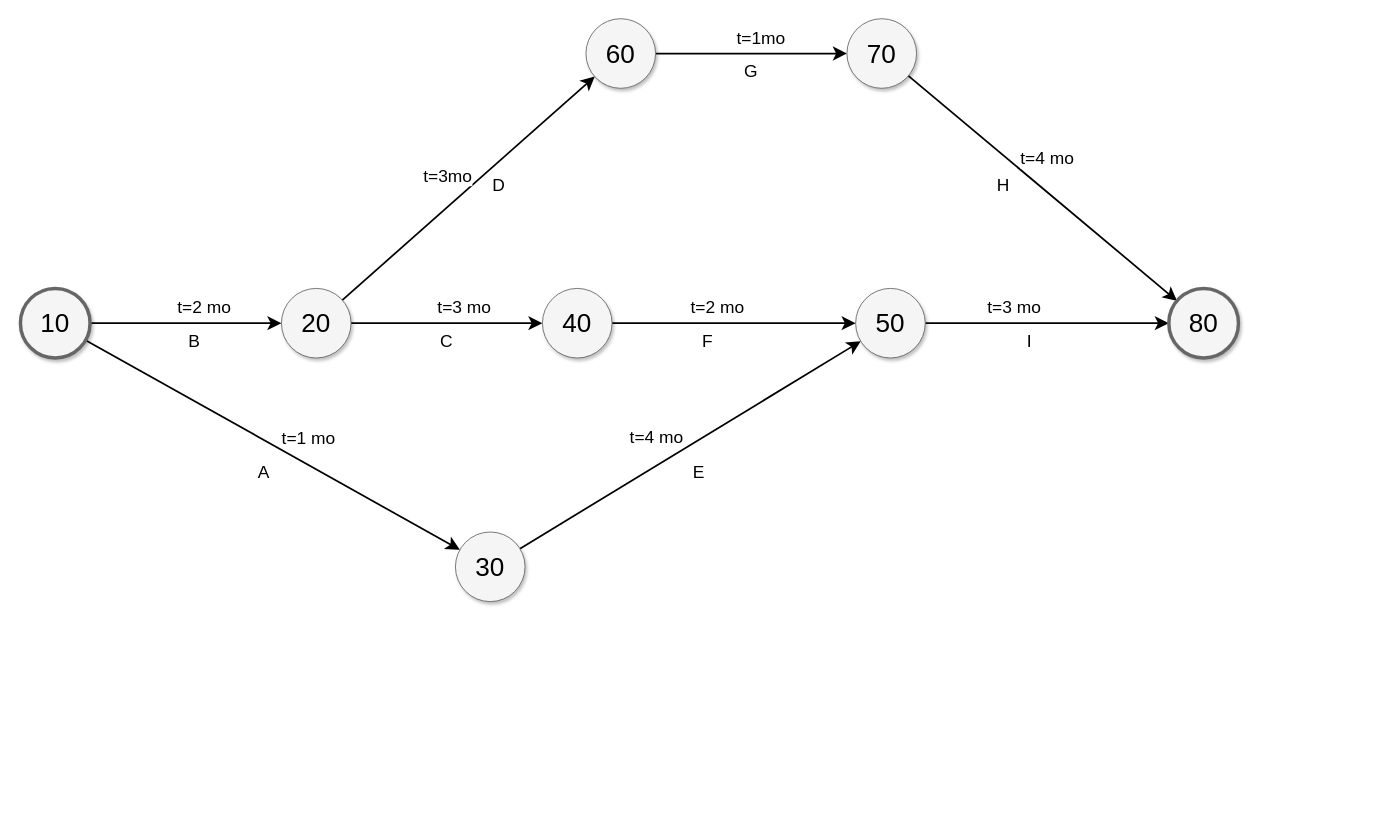
Earlier version of the draw.io diagram 攻击测试路径.drawio (LaanTuring/MyFirst). Source tidied: cells renumbered, new cells numbered last; positions are measured from the earlier drawing's top-left corner, leaving out a move shared by most shapes. Both pictures are drawn from the tidied source at 87%, with x=0, y=0 at pixel (20, 18).
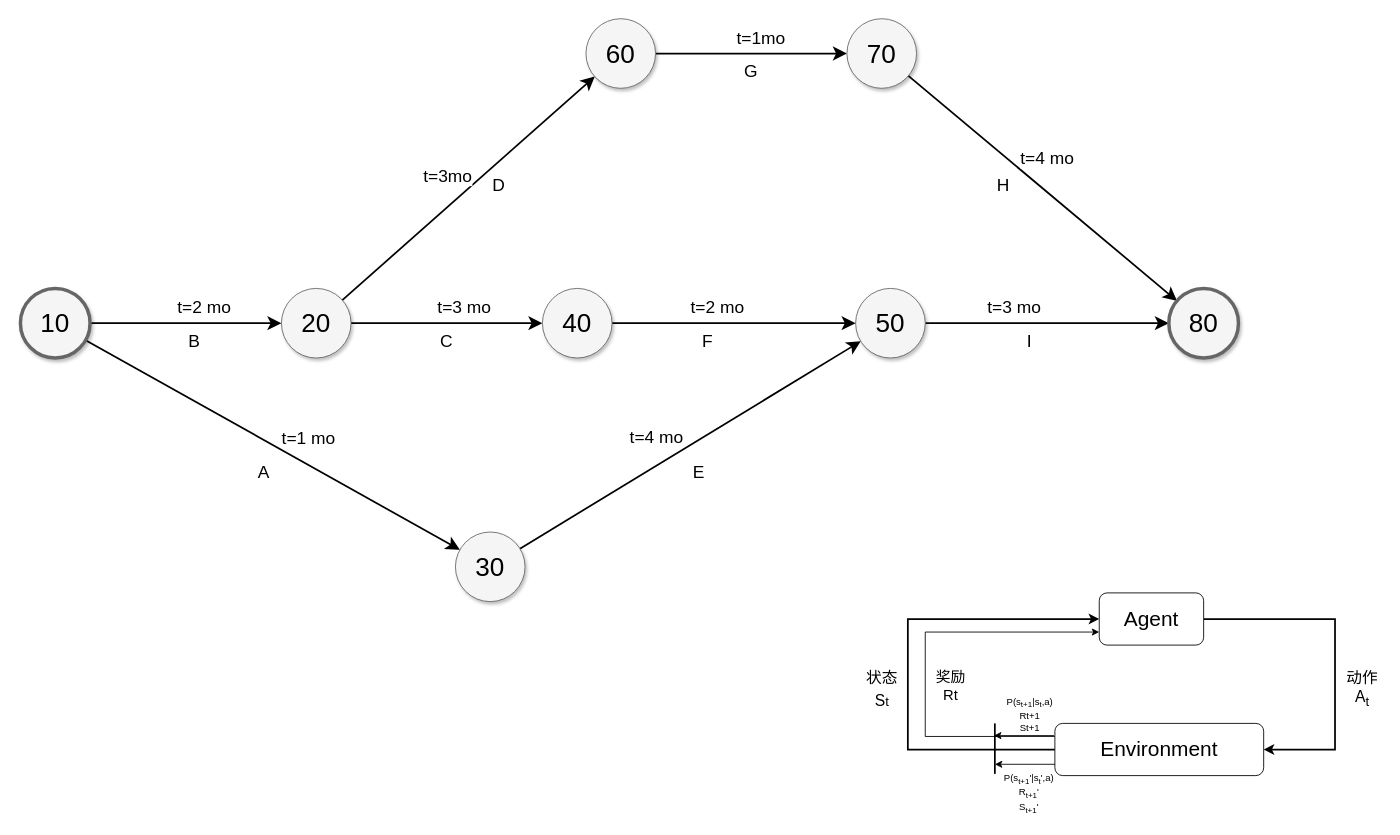
The same page after the edit.

Commit message:
更新攻击测试路径.drawio

The edit, as a diff of the source:
```diff
@@
+    <mxCell id="37" style="edgeStyle=orthogonalEdgeStyle;rounded=0;jettySize=auto;html=1;exitX=1;exitY=0.5;exitDx=0;exitDy=0;entryX=1;entryY=0.5;entryDx=0;entryDy=0;strokeWidth=2;" parent="1" edge="1" source="38" target="41">
+      <mxGeometry relative="1" as="geometry">
+        <Array as="points">
+          <mxPoint x="1511" y="690" />
+          <mxPoint x="1511" y="840" />
+        </Array>
+      </mxGeometry>
+    </mxCell>
+    <mxCell id="38" value="&lt;font style=&quot;font-size: 24px;&quot;&gt;Agent&lt;/font&gt;" style="rounded=1;whiteSpace=wrap;html=1;" parent="1" vertex="1">
+      <mxGeometry x="1240" y="660" width="120" height="60" as="geometry" />
+    </mxCell>
+    <mxCell id="39" style="edgeStyle=orthogonalEdgeStyle;rounded=0;jettySize=auto;html=1;exitX=0;exitY=0.5;exitDx=0;exitDy=0;entryX=0;entryY=0.5;entryDx=0;entryDy=0;strokeWidth=2;" parent="1" edge="1" source="41" target="38">
+      <mxGeometry relative="1" as="geometry">
+        <Array as="points">
+          <mxPoint x="1020" y="840" />
+          <mxPoint x="1020" y="690" />
+        </Array>
+      </mxGeometry>
+    </mxCell>
+    <mxCell id="40" style="edgeStyle=orthogonalEdgeStyle;rounded=0;jettySize=auto;html=1;exitX=0;exitY=0.25;exitDx=0;exitDy=0;entryX=0;entryY=0.75;entryDx=0;entryDy=0;" parent="1" edge="1" source="41" target="38">
+      <mxGeometry relative="1" as="geometry">
+        <Array as="points">
+          <mxPoint x="1040" y="825" />
+          <mxPoint x="1040" y="705" />
+        </Array>
+      </mxGeometry>
+    </mxCell>
+    <mxCell id="41" value="&lt;font style=&quot;font-size: 24px;&quot;&gt;Environment&lt;/font&gt;" style="rounded=1;whiteSpace=wrap;html=1;" parent="1" vertex="1">
+      <mxGeometry x="1189" y="810" width="240" height="60" as="geometry" />
+    </mxCell>
+    <mxCell id="42" value="动作&lt;div&gt;A&lt;sub&gt;t&lt;/sub&gt;&lt;/div&gt;" style="text;html=1;align=center;verticalAlign=middle;strokeColor=none;fillColor=none;fontSize=18;" parent="1" vertex="1">
+      <mxGeometry x="1515" y="741" width="54" height="59" as="geometry" />
+    </mxCell>
+    <mxCell id="43" style="endArrow=none;html=1;rounded=0;strokeWidth=2;" parent="1" edge="1">
+      <mxGeometry relative="1" as="geometry">
+        <mxPoint x="1120" y="868" as="sourcePoint" />
+        <mxPoint x="1120" y="810" as="targetPoint" />
+      </mxGeometry>
+    </mxCell>
+    <mxCell id="44" value="状态&lt;br&gt;&lt;div&gt;&lt;sub&gt;&lt;span style=&quot;font-size: 18px;&quot;&gt;S&lt;/span&gt;t&lt;/sub&gt;&lt;/div&gt;" style="text;html=1;align=center;verticalAlign=middle;strokeColor=none;fillColor=none;fontSize=18;" parent="1" vertex="1">
+      <mxGeometry x="963" y="741" width="54" height="59" as="geometry" />
+    </mxCell>
+    <mxCell id="45" style="endArrow=classic;html=1;rounded=0;" parent="1" edge="1">
+      <mxGeometry relative="1" as="geometry">
+        <mxPoint x="1188" y="824" as="sourcePoint" />
+        <mxPoint x="1119" y="824" as="targetPoint" />
+      </mxGeometry>
+    </mxCell>
+    <mxCell id="46" value="P(s&lt;sub&gt;t+1&lt;/sub&gt;|s&lt;sub&gt;t&lt;/sub&gt;,a)&lt;div&gt;&lt;span&gt;R&lt;/span&gt;&lt;span&gt;t+1&lt;/span&gt;&lt;/div&gt;&lt;div&gt;&lt;span&gt;S&lt;/span&gt;&lt;span&gt;t+1&lt;/span&gt;&lt;/div&gt;" style="text;html=1;align=center;verticalAlign=middle;strokeColor=none;fillColor=none;fontSize=11;" parent="1" vertex="1">
+      <mxGeometry x="1124" y="773" width="71" height="54" as="geometry" />
+    </mxCell>
+    <mxCell id="47" value="&lt;font style=&quot;font-size: 17px;&quot;&gt;奖励&lt;/font&gt;&lt;div&gt;&lt;font style=&quot;font-size: 17px;&quot;&gt;Rt&lt;/font&gt;&lt;/div&gt;" style="text;html=1;align=center;verticalAlign=middle;strokeColor=none;fillColor=none;" parent="1" vertex="1">
+      <mxGeometry x="1043" y="741" width="52" height="53" as="geometry" />
+    </mxCell>
+    <mxCell id="48" value="P(s&lt;sub&gt;t+1&lt;/sub&gt;'|s&lt;sub&gt;t&lt;/sub&gt;',a)&lt;div&gt;&lt;span&gt;R&lt;/span&gt;&lt;span&gt;&lt;sub&gt;t+1&lt;/sub&gt;&lt;/span&gt;&lt;span style=&quot;background-color: initial;&quot;&gt;'&lt;/span&gt;&lt;/div&gt;&lt;div&gt;&lt;span&gt;S&lt;/span&gt;&lt;span&gt;&lt;sub&gt;t+1&lt;/sub&gt;&lt;/span&gt;&lt;span style=&quot;background-color: initial;&quot;&gt;'&lt;/span&gt;&lt;/div&gt;" style="text;html=1;align=center;verticalAlign=middle;strokeColor=none;fillColor=none;fontSize=11;" parent="1" vertex="1">
+      <mxGeometry x="1121.5" y="861" width="75" height="60" as="geometry" />
+    </mxCell>
+    <mxCell id="49" style="endArrow=classic;html=1;rounded=0;" parent="1" edge="1">
+      <mxGeometry relative="1" as="geometry">
+        <mxPoint x="1189" y="857" as="sourcePoint" />
+        <mxPoint x="1120" y="857" as="targetPoint" />
+      </mxGeometry>
+    </mxCell>
```
